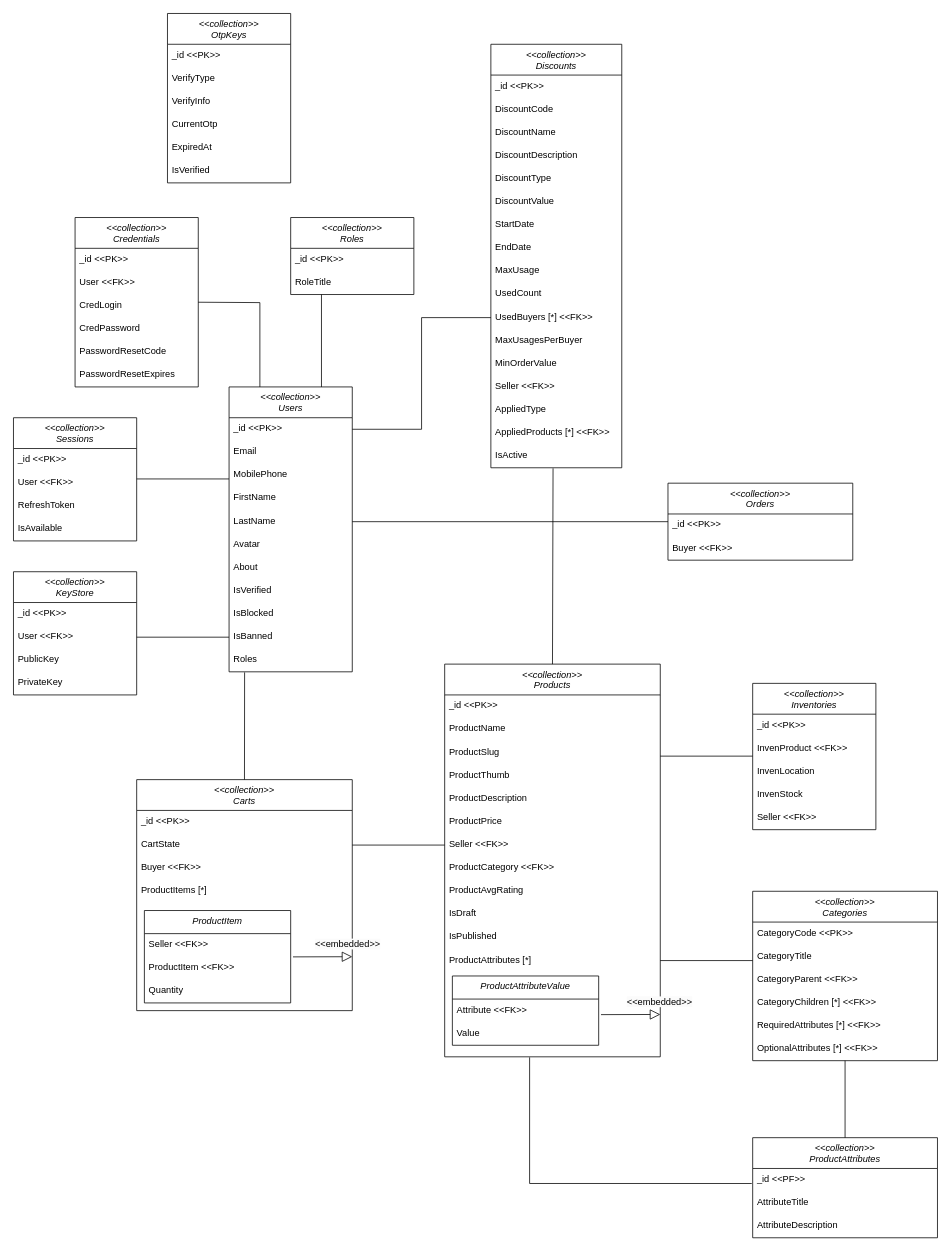
This is docs/MeMartket MongoDB.drawio from NhutHuyDev/me-market, a draw.io file, before an edit. Source tidied: cells renumbered, new cells numbered last; positions are measured from the earlier drawing's top-left corner, leaving out a move shared by most shapes. Both pictures are drawn from the tidied source at 77%, with x=0, y=0 at pixel (13, 13).
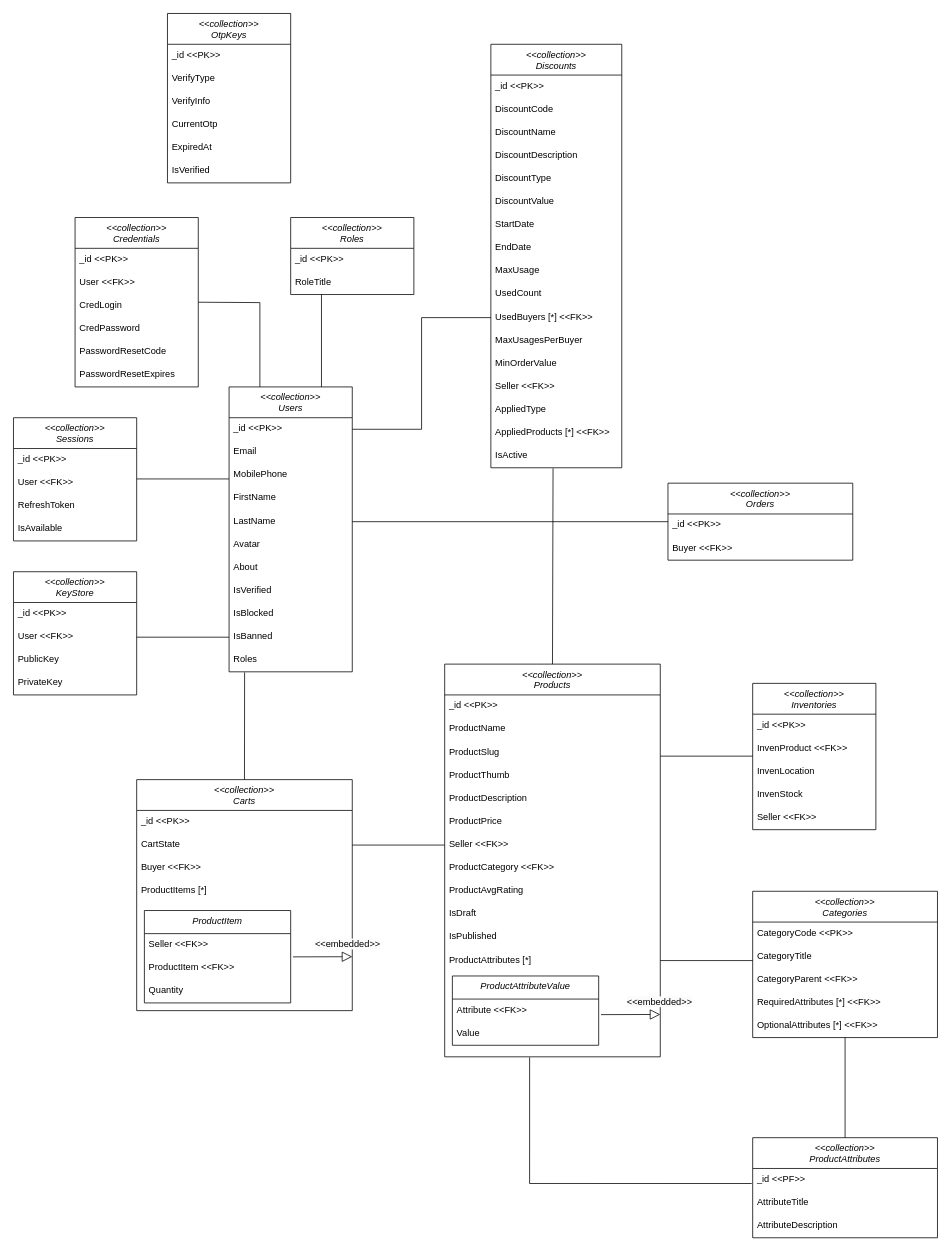
After the change.

Unchanged cells that the change refers to:
```xml
<mxCell id="117" value="&lt;&lt;collection&gt;&gt;&#10;ProductAttributes" style="swimlane;fontStyle=2;align=center;verticalAlign=top;horizontal=1;startSize=40;rounded=0;shadow=0;strokeWidth=1;direction=east;" parent="1" vertex="1">
  <mxGeometry x="960" y="1460" width="240" height="130" as="geometry" />
</mxCell>
```

What changed in the source:
```diff
@@
     <mxCell id="34" value="&lt;&lt;collection&gt;&gt;&#10;Categories" style="swimlane;fontStyle=2;align=center;verticalAlign=top;horizontal=1;startSize=40;rounded=0;shadow=0;strokeWidth=1;" parent="1" vertex="1">
-      <mxGeometry x="960" y="1140" width="240" height="220" as="geometry" />
+      <mxGeometry x="960" y="1140" width="240" height="190" as="geometry" />
     </mxCell>
@@
-    <mxCell id="38" value="CategoryChildren [*] &lt;&lt;FK&gt;&gt;" style="text;align=left;verticalAlign=top;spacingLeft=4;spacingRight=4;overflow=hidden;" parent="34" vertex="1">
-      <mxGeometry y="130" width="240" height="30" as="geometry" />
-    </mxCell>
     <mxCell id="39" value="RequiredAttributes [*] &lt;&lt;FK&gt;&gt;" style="text;align=left;verticalAlign=top;spacingLeft=4;spacingRight=4;overflow=hidden;" parent="34" vertex="1">
-      <mxGeometry y="160" width="240" height="30" as="geometry" />
+      <mxGeometry y="130" width="240" height="30" as="geometry" />
     </mxCell>
     <mxCell id="40" value="OptionalAttributes [*] &lt;&lt;FK&gt;&gt;" style="text;align=left;verticalAlign=top;spacingLeft=4;spacingRight=4;overflow=hidden;" parent="34" vertex="1">
-      <mxGeometry y="190" width="240" height="30" as="geometry" />
+      <mxGeometry y="160" width="240" height="30" as="geometry" />
     </mxCell>
@@
     <mxCell id="121" style="endArrow=none;html=1;rounded=0;entryX=0.5;entryY=0;entryDx=0;entryDy=0;" parent="1" edge="1" target="117">
       <mxGeometry relative="1" as="geometry">
-        <mxPoint x="1080" y="1360" as="sourcePoint" />
+        <mxPoint x="1080" y="1330" as="sourcePoint" />
       </mxGeometry>
     </mxCell>
```
